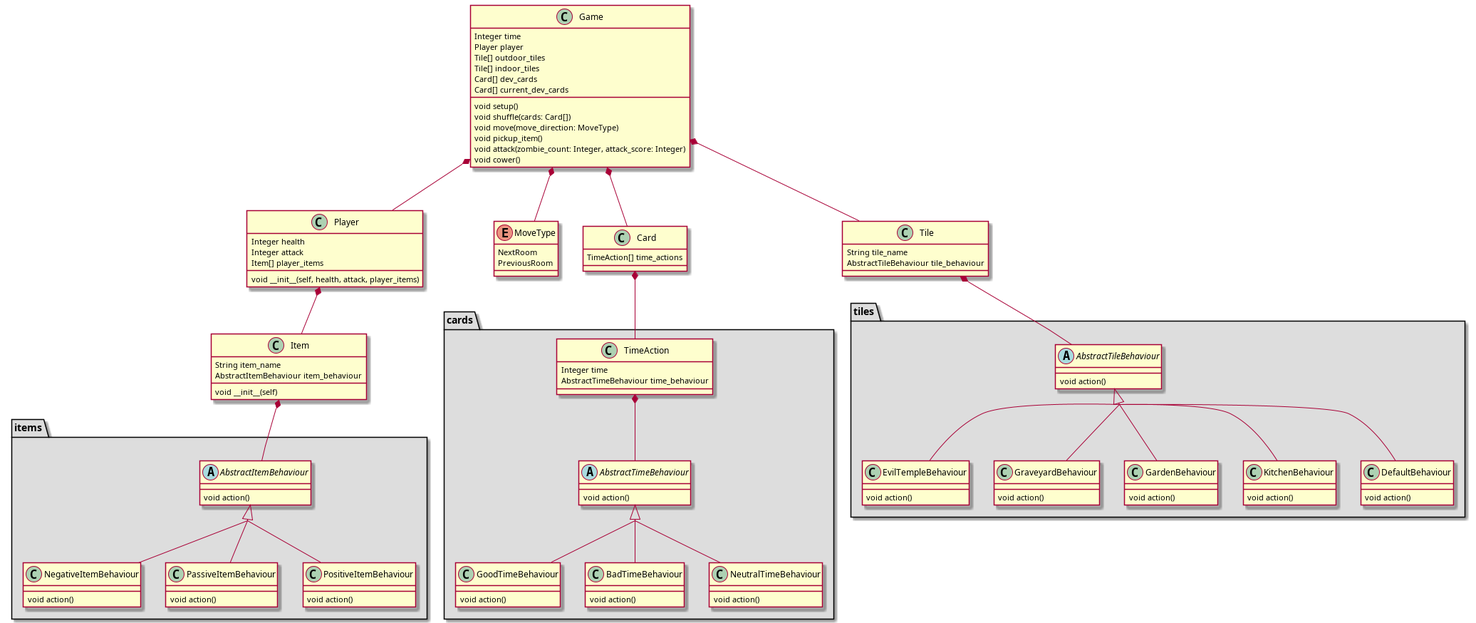
The PlantUML diagram Class Diagram.png in bjtrounson/ZombieInMyPocket, before a commit.
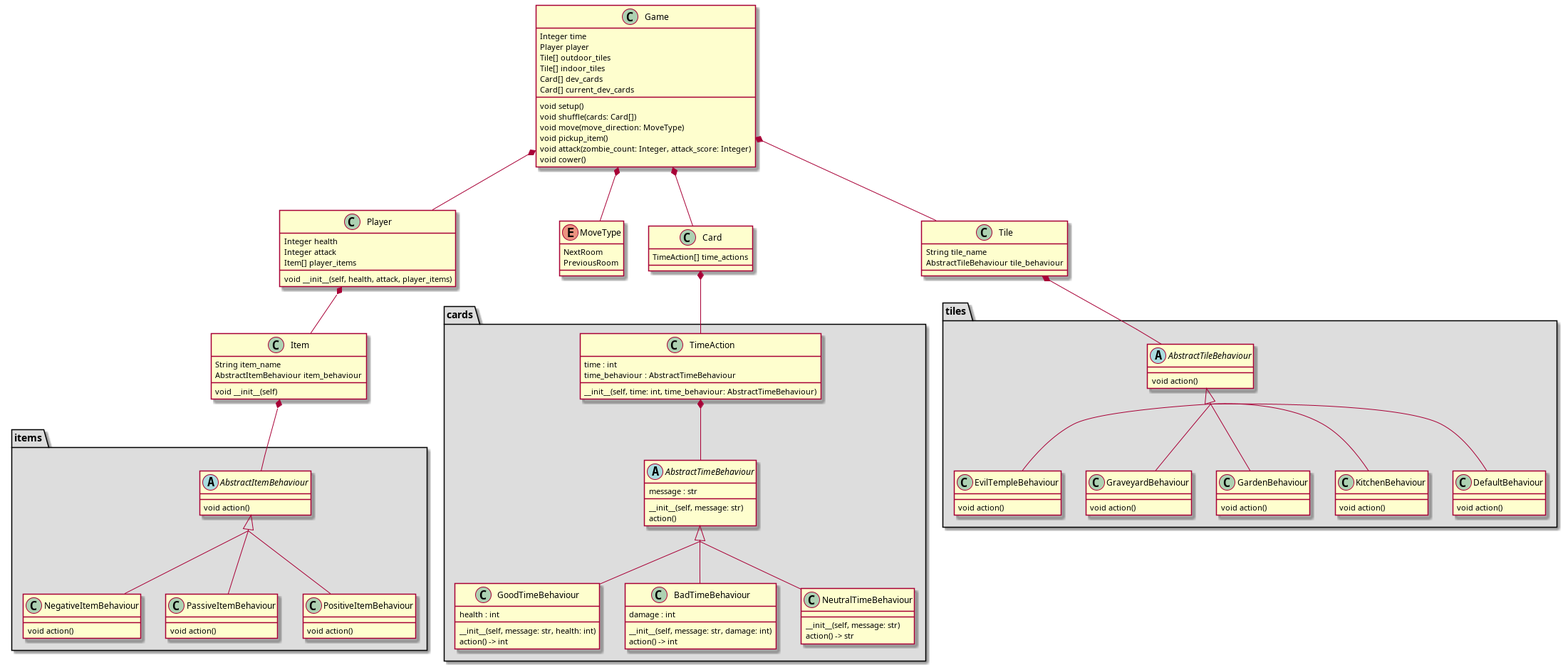
Above is the later version.

The edit, as a diff of the source:
```diff
@@ -99,24 +99,32 @@
     }
 
     class TimeAction {
-        Integer time
-        AbstractTimeBehaviour time_behaviour
+        time : int
+        time_behaviour : AbstractTimeBehaviour
+        __init__(self, time: int, time_behaviour: AbstractTimeBehaviour)
     }
 
     abstract class AbstractTimeBehaviour {
-        void action()
+        message : str
+        __init__(self, message: str)
+        action()
     }
 
     class GoodTimeBehaviour extends AbstractTimeBehaviour {
-        void action()
+        health : int
+        __init__(self, message: str, health: int)
+        action() -> int
     }
 
     class BadTimeBehaviour extends AbstractTimeBehaviour {
-        void action()
+        damage : int
+        __init__(self, message: str, damage: int)
+        action() -> int
     }
 
     class NeutralTimeBehaviour extends AbstractTimeBehaviour {
-        void action()
+        __init__(self, message: str)
+        action() -> str
     }
 
     Card *-- TimeAction
```
